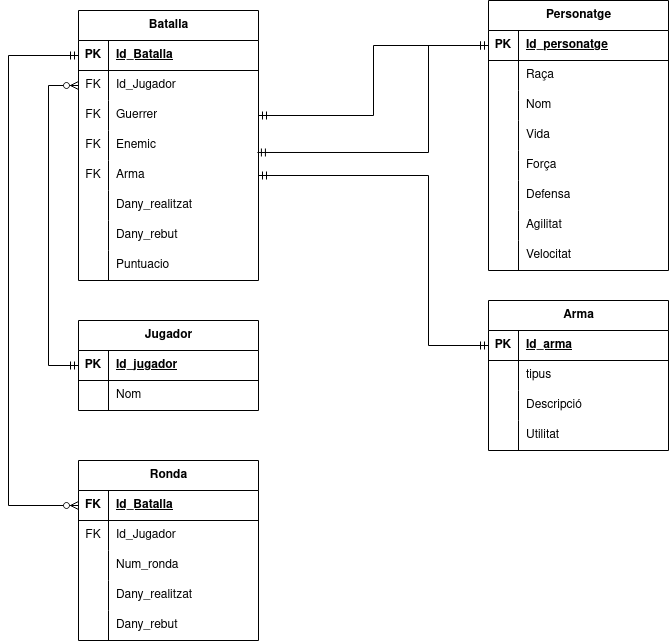
Before: M2/Proyecto2BBDD.png, a diagram exported from draw.io (ivillaecija/Proyecto2). Source tidied: cells renumbered, new cells last; positions are measured from the earlier drawing's top-left corner, leaving out a move shared by most shapes.
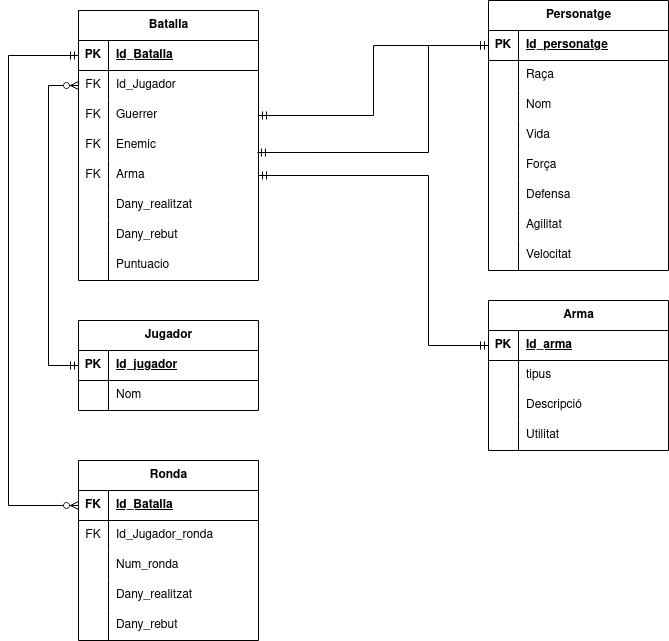
The same diagram one commit later.

Diff of the diagram source:
```diff
@@ -241,7 +241,7 @@
     <mxCell id="79" value="FK" style="shape=partialRectangle;fillColor=none;top=0;left=0;bottom=0;right=0;overflow=hidden;whiteSpace=wrap;html=1;" parent="78" vertex="1">
       <mxGeometry width="30" height="30" as="geometry" />
     </mxCell>
-    <mxCell id="80" value="Id_Jugador" style="shape=partialRectangle;fillColor=none;top=0;left=0;bottom=0;right=0;align=left;spacingLeft=6;overflow=hidden;whiteSpace=wrap;html=1;" parent="78" vertex="1">
+    <mxCell id="80" value="Id_Jugador_ronda" style="shape=partialRectangle;fillColor=none;top=0;left=0;bottom=0;right=0;align=left;spacingLeft=6;overflow=hidden;whiteSpace=wrap;html=1;" parent="78" vertex="1">
       <mxGeometry x="30" width="150" height="30" as="geometry" />
     </mxCell>
     <mxCell id="81" style="shape=tableRow;horizontal=0;startSize=0;swimlaneHead=0;swimlaneBody=0;fillColor=none;top=0;left=0;right=0;bottom=0;" parent="74" vertex="1">
```
